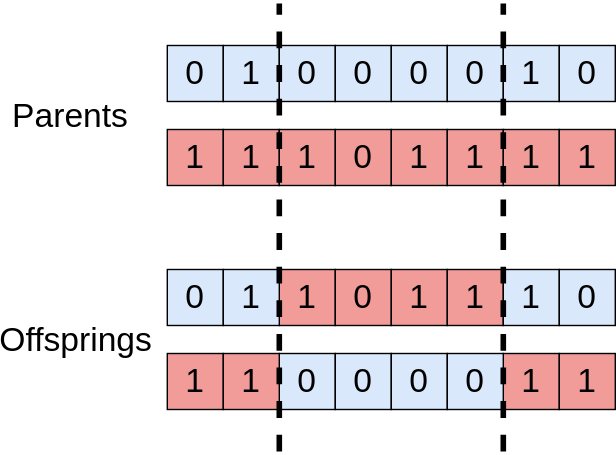
This is course/figures/recombination_twopoint.drawio.svg from gamma-opt/oip-notes, a draw.io export, as it was before one commit. Source tidied: cells renumbered, new cells last; positions are measured from the earlier drawing's top-left corner, leaving out a move shared by most shapes. Source of this version:
```xml
<mxGraphModel>
  <root>
    <mxCell id="0" />
    <mxCell id="1" parent="0" />
    <mxCell id="2" style="group;" parent="1" vertex="1">
      <mxGeometry x="184" y="190" width="240" height="40" as="geometry" />
    </mxCell>
    <mxCell id="3" value="&lt;font style=&quot;font-size: 24px;&quot;&gt;1&lt;/font&gt;" style="whiteSpace=wrap;html=1;fillColor=#F19C99;strokeColor=default;" parent="2" vertex="1">
      <mxGeometry width="40" height="40" as="geometry" />
    </mxCell>
    <mxCell id="4" value="&lt;font style=&quot;font-size: 24px;&quot;&gt;0&lt;/font&gt;" style="whiteSpace=wrap;html=1;fillColor=#F19C99;strokeColor=default;" parent="2" vertex="1">
      <mxGeometry x="40" width="40" height="40" as="geometry" />
    </mxCell>
    <mxCell id="5" value="&lt;font style=&quot;font-size: 24px;&quot;&gt;1&lt;/font&gt;" style="whiteSpace=wrap;html=1;fillColor=#F19C99;strokeColor=default;" parent="2" vertex="1">
      <mxGeometry x="80" width="40" height="40" as="geometry" />
    </mxCell>
    <mxCell id="6" value="&lt;font style=&quot;font-size: 24px;&quot;&gt;1&lt;/font&gt;" style="whiteSpace=wrap;html=1;fillColor=#F19C99;strokeColor=default;" parent="2" vertex="1">
      <mxGeometry x="120" width="40" height="40" as="geometry" />
    </mxCell>
    <mxCell id="7" style="group;" parent="2" vertex="1">
      <mxGeometry x="160" width="80" height="40" as="geometry" />
    </mxCell>
    <mxCell id="8" value="&lt;font style=&quot;font-size: 24px;&quot;&gt;1&lt;/font&gt;" style="whiteSpace=wrap;html=1;fillColor=#dae8fc;strokeColor=default;" parent="7" vertex="1">
      <mxGeometry width="40" height="40" as="geometry" />
    </mxCell>
    <mxCell id="9" value="&lt;font style=&quot;font-size: 24px;&quot;&gt;0&lt;/font&gt;" style="whiteSpace=wrap;html=1;fillColor=#dae8fc;strokeColor=default;" parent="7" vertex="1">
      <mxGeometry x="40" width="40" height="40" as="geometry" />
    </mxCell>
    <mxCell id="10" style="group;" parent="1" vertex="1">
      <mxGeometry x="184" y="250" width="240" height="40" as="geometry" />
    </mxCell>
    <mxCell id="11" style="group;" parent="10" vertex="1">
      <mxGeometry x="160" width="80" height="40" as="geometry" />
    </mxCell>
    <mxCell id="12" value="&lt;font style=&quot;font-size: 24px;&quot;&gt;1&lt;/font&gt;" style="whiteSpace=wrap;html=1;fillColor=#F19C99;strokeColor=default;" parent="11" vertex="1">
      <mxGeometry width="40" height="40" as="geometry" />
    </mxCell>
    <mxCell id="13" value="&lt;font style=&quot;font-size: 24px;&quot;&gt;1&lt;/font&gt;" style="whiteSpace=wrap;html=1;fillColor=#F19C99;strokeColor=default;" parent="11" vertex="1">
      <mxGeometry x="40" width="40" height="40" as="geometry" />
    </mxCell>
    <mxCell id="14" value="&lt;font style=&quot;font-size: 24px;&quot;&gt;0&lt;/font&gt;" style="whiteSpace=wrap;html=1;fillColor=#dae8fc;strokeColor=default;" parent="10" vertex="1">
      <mxGeometry width="40" height="40" as="geometry" />
    </mxCell>
    <mxCell id="15" value="&lt;font style=&quot;font-size: 24px;&quot;&gt;0&lt;/font&gt;" style="whiteSpace=wrap;html=1;fillColor=#dae8fc;strokeColor=default;" parent="10" vertex="1">
      <mxGeometry x="40" width="40" height="40" as="geometry" />
    </mxCell>
    <mxCell id="16" value="&lt;font style=&quot;font-size: 24px;&quot;&gt;0&lt;/font&gt;" style="whiteSpace=wrap;html=1;fillColor=#dae8fc;strokeColor=default;" parent="10" vertex="1">
      <mxGeometry x="80" width="40" height="40" as="geometry" />
    </mxCell>
    <mxCell id="17" value="&lt;font style=&quot;font-size: 24px;&quot;&gt;0&lt;/font&gt;" style="whiteSpace=wrap;html=1;fillColor=#dae8fc;strokeColor=default;" parent="10" vertex="1">
      <mxGeometry x="120" width="40" height="40" as="geometry" />
    </mxCell>
    <mxCell id="18" value="&lt;font style=&quot;font-size: 24px;&quot;&gt;0&lt;/font&gt;" style="whiteSpace=wrap;html=1;fillColor=#dae8fc;strokeColor=default;" parent="1" vertex="1">
      <mxGeometry x="104" y="30" width="40" height="40" as="geometry" />
    </mxCell>
    <mxCell id="19" value="&lt;font style=&quot;font-size: 24px;&quot;&gt;1&lt;/font&gt;" style="whiteSpace=wrap;html=1;fillColor=#dae8fc;strokeColor=default;" parent="1" vertex="1">
      <mxGeometry x="144" y="30" width="40" height="40" as="geometry" />
    </mxCell>
    <mxCell id="20" value="&lt;font style=&quot;font-size: 24px;&quot;&gt;0&lt;/font&gt;" style="whiteSpace=wrap;html=1;fillColor=#dae8fc;strokeColor=default;" parent="1" vertex="1">
      <mxGeometry x="184" y="30" width="40" height="40" as="geometry" />
    </mxCell>
    <mxCell id="21" value="&lt;font style=&quot;font-size: 24px;&quot;&gt;0&lt;/font&gt;" style="whiteSpace=wrap;html=1;fillColor=#dae8fc;strokeColor=default;" parent="1" vertex="1">
      <mxGeometry x="224" y="30" width="40" height="40" as="geometry" />
    </mxCell>
    <mxCell id="22" value="&lt;font style=&quot;font-size: 24px;&quot;&gt;0&lt;/font&gt;" style="whiteSpace=wrap;html=1;fillColor=#dae8fc;strokeColor=default;" parent="1" vertex="1">
      <mxGeometry x="264" y="30" width="40" height="40" as="geometry" />
    </mxCell>
    <mxCell id="23" value="&lt;font style=&quot;font-size: 24px;&quot;&gt;0&lt;/font&gt;" style="whiteSpace=wrap;html=1;fillColor=#dae8fc;strokeColor=default;" parent="1" vertex="1">
      <mxGeometry x="304" y="30" width="40" height="40" as="geometry" />
    </mxCell>
    <mxCell id="24" value="&lt;font style=&quot;font-size: 24px;&quot;&gt;1&lt;/font&gt;" style="whiteSpace=wrap;html=1;fillColor=#dae8fc;strokeColor=default;" parent="1" vertex="1">
      <mxGeometry x="344" y="30" width="40" height="40" as="geometry" />
    </mxCell>
    <mxCell id="25" value="&lt;font style=&quot;font-size: 24px;&quot;&gt;0&lt;/font&gt;" style="whiteSpace=wrap;html=1;fillColor=#dae8fc;strokeColor=default;" parent="1" vertex="1">
      <mxGeometry x="384" y="30" width="40" height="40" as="geometry" />
    </mxCell>
    <mxCell id="26" value="&lt;font style=&quot;font-size: 24px;&quot;&gt;1&lt;/font&gt;" style="whiteSpace=wrap;html=1;fillColor=#F19C99;strokeColor=default;" parent="1" vertex="1">
      <mxGeometry x="104" y="90" width="40" height="40" as="geometry" />
    </mxCell>
    <mxCell id="27" value="&lt;font style=&quot;font-size: 24px;&quot;&gt;1&lt;/font&gt;" style="whiteSpace=wrap;html=1;fillColor=#F19C99;strokeColor=default;" parent="1" vertex="1">
      <mxGeometry x="144" y="90" width="40" height="40" as="geometry" />
    </mxCell>
    <mxCell id="28" value="&lt;font style=&quot;font-size: 24px;&quot;&gt;1&lt;/font&gt;" style="whiteSpace=wrap;html=1;fillColor=#F19C99;strokeColor=default;" parent="1" vertex="1">
      <mxGeometry x="184" y="90" width="40" height="40" as="geometry" />
    </mxCell>
    <mxCell id="29" value="&lt;font style=&quot;font-size: 24px;&quot;&gt;0&lt;/font&gt;" style="whiteSpace=wrap;html=1;fillColor=#F19C99;strokeColor=default;" parent="1" vertex="1">
      <mxGeometry x="224" y="90" width="40" height="40" as="geometry" />
    </mxCell>
    <mxCell id="30" value="&lt;font style=&quot;font-size: 24px;&quot;&gt;1&lt;/font&gt;" style="whiteSpace=wrap;html=1;fillColor=#F19C99;strokeColor=default;" parent="1" vertex="1">
      <mxGeometry x="264" y="90" width="40" height="40" as="geometry" />
    </mxCell>
    <mxCell id="31" value="&lt;font style=&quot;font-size: 24px;&quot;&gt;1&lt;/font&gt;" style="whiteSpace=wrap;html=1;fillColor=#F19C99;strokeColor=default;" parent="1" vertex="1">
      <mxGeometry x="304" y="90" width="40" height="40" as="geometry" />
    </mxCell>
    <mxCell id="32" value="&lt;font style=&quot;font-size: 24px;&quot;&gt;1&lt;/font&gt;" style="whiteSpace=wrap;html=1;fillColor=#F19C99;strokeColor=default;" parent="1" vertex="1">
      <mxGeometry x="344" y="90" width="40" height="40" as="geometry" />
    </mxCell>
    <mxCell id="33" value="&lt;font style=&quot;font-size: 24px;&quot;&gt;1&lt;/font&gt;" style="whiteSpace=wrap;html=1;fillColor=#F19C99;strokeColor=default;" parent="1" vertex="1">
      <mxGeometry x="384" y="90" width="40" height="40" as="geometry" />
    </mxCell>
    <mxCell id="34" value="&lt;font style=&quot;font-size: 24px;&quot;&gt;0&lt;/font&gt;" style="whiteSpace=wrap;html=1;fillColor=#dae8fc;strokeColor=default;" parent="1" vertex="1">
      <mxGeometry x="104" y="190" width="40" height="40" as="geometry" />
    </mxCell>
    <mxCell id="35" value="&lt;font style=&quot;font-size: 24px;&quot;&gt;1&lt;/font&gt;" style="whiteSpace=wrap;html=1;fillColor=#dae8fc;strokeColor=default;" parent="1" vertex="1">
      <mxGeometry x="144" y="190" width="40" height="40" as="geometry" />
    </mxCell>
    <mxCell id="36" value="&lt;font style=&quot;font-size: 24px;&quot;&gt;1&lt;/font&gt;" style="whiteSpace=wrap;html=1;fillColor=#F19C99;strokeColor=default;" parent="1" vertex="1">
      <mxGeometry x="104" y="250" width="40" height="40" as="geometry" />
    </mxCell>
    <mxCell id="37" value="&lt;font style=&quot;font-size: 24px;&quot;&gt;1&lt;/font&gt;" style="whiteSpace=wrap;html=1;fillColor=#F19C99;strokeColor=default;" parent="1" vertex="1">
      <mxGeometry x="144" y="250" width="40" height="40" as="geometry" />
    </mxCell>
    <mxCell id="38" value="&lt;font style=&quot;font-size: 24px;&quot;&gt;Parents&lt;/font&gt;" style="text;html=1;align=center;verticalAlign=middle;whiteSpace=wrap;rounded=0;" parent="1" vertex="1">
      <mxGeometry y="61" width="70" height="40" as="geometry" />
    </mxCell>
    <mxCell id="39" value="&lt;font style=&quot;font-size: 24px;&quot;&gt;Offsprings&lt;/font&gt;" style="text;html=1;align=center;verticalAlign=middle;whiteSpace=wrap;rounded=0;" parent="1" vertex="1">
      <mxGeometry x="4" y="221" width="70" height="40" as="geometry" />
    </mxCell>
    <mxCell id="40" style="endArrow=none;dashed=1;html=1;rounded=0;strokeWidth=4;" parent="1" edge="1">
      <mxGeometry relative="1" as="geometry">
        <mxPoint x="184" y="320" as="sourcePoint" />
        <mxPoint x="184" as="targetPoint" />
      </mxGeometry>
    </mxCell>
    <mxCell id="41" style="endArrow=none;dashed=1;html=1;rounded=0;strokeWidth=4;" parent="1" edge="1">
      <mxGeometry relative="1" as="geometry">
        <mxPoint x="344" y="320" as="sourcePoint" />
        <mxPoint x="344" as="targetPoint" />
      </mxGeometry>
    </mxCell>
  </root>
</mxGraphModel>
```
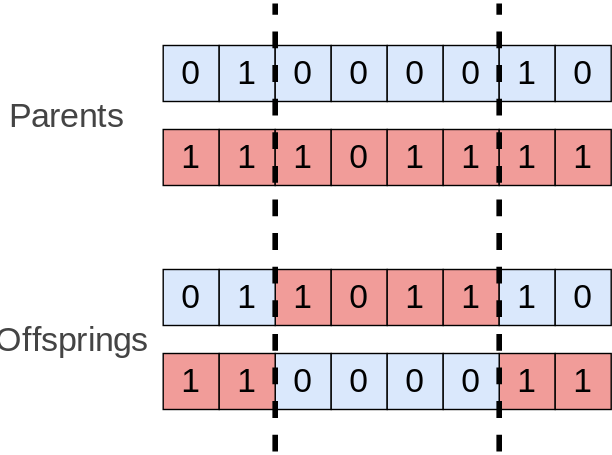
The same file after the commit.

Diff of the diagram source:
```diff
@@ -110,10 +110,10 @@
     <mxCell id="37" value="&lt;font style=&quot;font-size: 24px;&quot;&gt;1&lt;/font&gt;" style="whiteSpace=wrap;html=1;fillColor=#F19C99;strokeColor=default;" parent="1" vertex="1">
       <mxGeometry x="144" y="250" width="40" height="40" as="geometry" />
     </mxCell>
-    <mxCell id="38" value="&lt;font style=&quot;font-size: 24px;&quot;&gt;Parents&lt;/font&gt;" style="text;html=1;align=center;verticalAlign=middle;whiteSpace=wrap;rounded=0;" parent="1" vertex="1">
+    <mxCell id="38" value="&lt;font color=&quot;#444444&quot; face=&quot;Source Sans Pro&quot; style=&quot;font-size: 24px;&quot;&gt;Parents&lt;/font&gt;" style="text;html=1;align=center;verticalAlign=middle;whiteSpace=wrap;rounded=0;" parent="1" vertex="1">
       <mxGeometry y="61" width="70" height="40" as="geometry" />
     </mxCell>
-    <mxCell id="39" value="&lt;font style=&quot;font-size: 24px;&quot;&gt;Offsprings&lt;/font&gt;" style="text;html=1;align=center;verticalAlign=middle;whiteSpace=wrap;rounded=0;" parent="1" vertex="1">
+    <mxCell id="39" value="&lt;font color=&quot;#444444&quot; face=&quot;Source Sans Pro&quot; style=&quot;font-size: 24px;&quot;&gt;Offsprings&lt;/font&gt;" style="text;html=1;align=center;verticalAlign=middle;whiteSpace=wrap;rounded=0;" parent="1" vertex="1">
       <mxGeometry x="4" y="221" width="70" height="40" as="geometry" />
     </mxCell>
     <mxCell id="40" style="endArrow=none;dashed=1;html=1;rounded=0;strokeWidth=4;" parent="1" edge="1">
```
